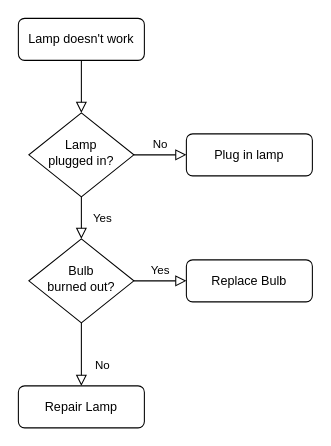
PauTheu/Smith keeps this draw.io diagram as Untitled Diagram.drawio. Above is the earlier version. Source tidied: cells renumbered, new cells numbered last; positions are measured from the earlier drawing's top-left corner, leaving out a move shared by most shapes. Both pictures are drawn from the tidied source at 105%, with x=0, y=0 at pixel (18, 18).
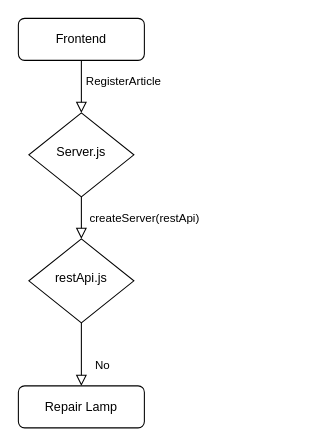
Above is the later version.

Commit message:
FullCloud Workflow

What changed in the source:
```diff
@@
 <mxGraphModel>
   <root>
     <mxCell id="0" />
     <mxCell id="1" parent="0" />
-    <mxCell id="2" style="rounded=0;html=1;jettySize=auto;fontSize=11;endArrow=block;endFill=0;endSize=8;strokeWidth=1;shadow=0;labelBackgroundColor=none;edgeStyle=orthogonalEdgeStyle;" parent="1" edge="1" source="3" target="6">
-      <mxGeometry relative="1" as="geometry" />
+    <mxCell id="2" value="RegisterArticle" style="rounded=0;html=1;jettySize=auto;fontSize=11;endArrow=block;endFill=0;endSize=8;strokeWidth=1;shadow=0;labelBackgroundColor=none;edgeStyle=orthogonalEdgeStyle;" parent="1" edge="1" source="3" target="6">
+      <mxGeometry x="-0.2" y="40" relative="1" as="geometry" />
     </mxCell>
-    <mxCell id="3" value="Lamp doesn't work" style="rounded=1;whiteSpace=wrap;html=1;fontSize=12;glass=0;strokeWidth=1;shadow=0;" parent="1" vertex="1">
+    <mxCell id="3" value="Frontend" style="rounded=1;whiteSpace=wrap;html=1;fontSize=12;glass=0;strokeWidth=1;shadow=0;" parent="1" vertex="1">
       <mxGeometry width="120" height="40" as="geometry" />
     </mxCell>
-    <mxCell id="4" value="Yes" style="rounded=0;html=1;jettySize=auto;fontSize=11;endArrow=block;endFill=0;endSize=8;strokeWidth=1;shadow=0;labelBackgroundColor=none;edgeStyle=orthogonalEdgeStyle;" parent="1" edge="1" source="6" target="10">
-      <mxGeometry y="20" relative="1" as="geometry" />
+    <mxCell id="4" value="createServer(restApi)" style="rounded=0;html=1;jettySize=auto;fontSize=11;endArrow=block;endFill=0;endSize=8;strokeWidth=1;shadow=0;labelBackgroundColor=none;edgeStyle=orthogonalEdgeStyle;" parent="1" edge="1" source="6" target="10">
+      <mxGeometry y="60" relative="1" as="geometry">
+        <Array as="points">
+          <mxPoint x="60" y="200" />
+          <mxPoint x="60" y="200" />
+        </Array>
+      </mxGeometry>
     </mxCell>
-    <mxCell id="5" value="No" style="edgeStyle=orthogonalEdgeStyle;rounded=0;html=1;jettySize=auto;fontSize=11;endArrow=block;endFill=0;endSize=8;strokeWidth=1;shadow=0;labelBackgroundColor=none;" parent="1" edge="1" source="6" target="7">
-      <mxGeometry y="10" relative="1" as="geometry" />
-    </mxCell>
-    <mxCell id="6" value="Lamp&lt;br&gt;plugged in?" style="rhombus;whiteSpace=wrap;html=1;shadow=0;fontFamily=Helvetica;fontSize=12;align=center;strokeWidth=1;spacing=6;spacingTop=-4;" parent="1" vertex="1">
+    <mxCell id="6" value="Server.js" style="rhombus;whiteSpace=wrap;html=1;shadow=0;fontFamily=Helvetica;fontSize=12;align=center;strokeWidth=1;spacing=6;spacingTop=-4;" parent="1" vertex="1">
       <mxGeometry x="10" y="90" width="100" height="80" as="geometry" />
     </mxCell>
-    <mxCell id="7" value="Plug in lamp" style="rounded=1;whiteSpace=wrap;html=1;fontSize=12;glass=0;strokeWidth=1;shadow=0;" parent="1" vertex="1">
-      <mxGeometry x="160" y="110" width="120" height="40" as="geometry" />
-    </mxCell>
     <mxCell id="8" value="No" style="rounded=0;html=1;jettySize=auto;fontSize=11;endArrow=block;endFill=0;endSize=8;strokeWidth=1;shadow=0;labelBackgroundColor=none;edgeStyle=orthogonalEdgeStyle;" parent="1" edge="1" source="10" target="11">
       <mxGeometry x="0.33" y="20" relative="1" as="geometry" />
     </mxCell>
-    <mxCell id="9" value="Yes" style="edgeStyle=orthogonalEdgeStyle;rounded=0;html=1;jettySize=auto;fontSize=11;endArrow=block;endFill=0;endSize=8;strokeWidth=1;shadow=0;labelBackgroundColor=none;" parent="1" edge="1" source="10" target="12">
-      <mxGeometry y="10" relative="1" as="geometry" />
-    </mxCell>
-    <mxCell id="10" value="Bulb&lt;br&gt;burned out?" style="rhombus;whiteSpace=wrap;html=1;shadow=0;fontFamily=Helvetica;fontSize=12;align=center;strokeWidth=1;spacing=6;spacingTop=-4;" parent="1" vertex="1">
+    <mxCell id="10" value="restApi.js" style="rhombus;whiteSpace=wrap;html=1;shadow=0;fontFamily=Helvetica;fontSize=12;align=center;strokeWidth=1;spacing=6;spacingTop=-4;" parent="1" vertex="1">
       <mxGeometry x="10" y="210" width="100" height="80" as="geometry" />
     </mxCell>
     <mxCell id="11" value="Repair Lamp" style="rounded=1;whiteSpace=wrap;html=1;fontSize=12;glass=0;strokeWidth=1;shadow=0;" parent="1" vertex="1">
       <mxGeometry y="350" width="120" height="40" as="geometry" />
     </mxCell>
-    <mxCell id="12" value="Replace Bulb" style="rounded=1;whiteSpace=wrap;html=1;fontSize=12;glass=0;strokeWidth=1;shadow=0;" parent="1" vertex="1">
-      <mxGeometry x="160" y="230" width="120" height="40" as="geometry" />
-    </mxCell>
   </root>
 </mxGraphModel>
```
